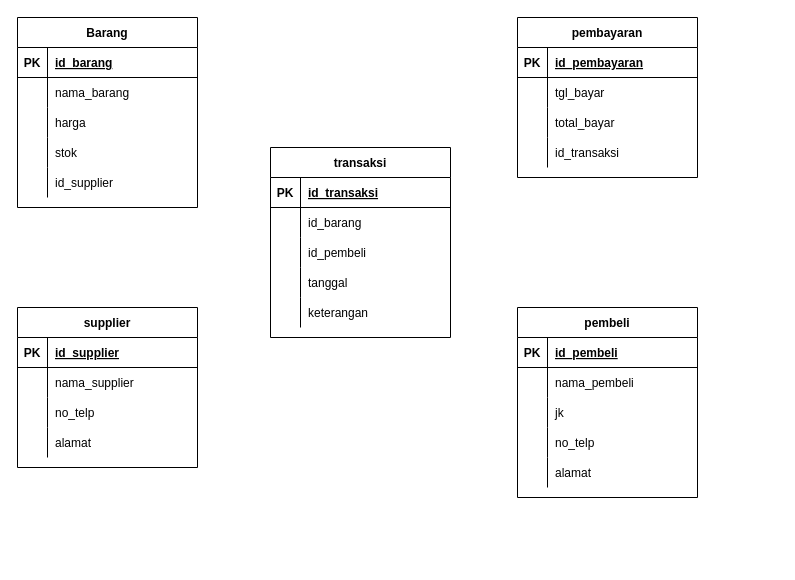
This is Untitled Diagram.drawio from Margishalsabila/erd-penjualan, a draw.io file, before an edit. Source tidied: cells renumbered, new cells numbered last; positions are measured from the earlier drawing's top-left corner, leaving out a move shared by most shapes. Both pictures are drawn from the tidied source at 100%, with x=0, y=0 at pixel (17, 17).
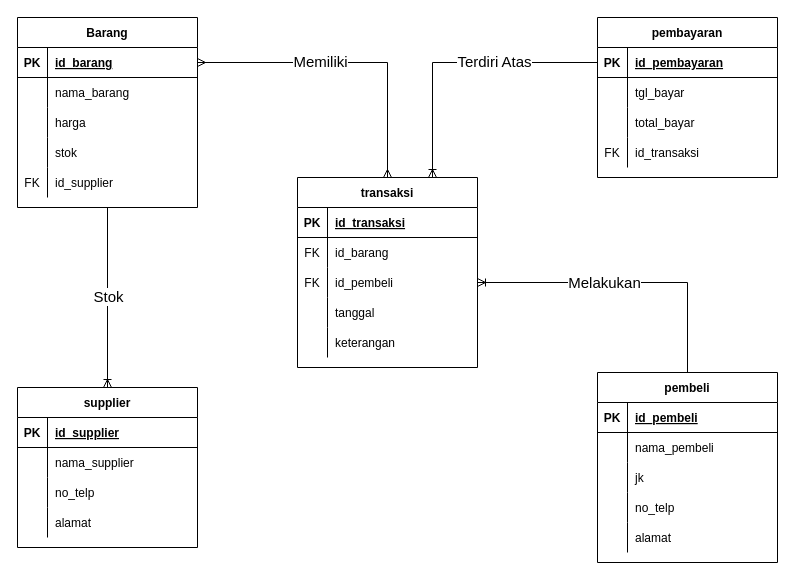
The same page after the edit.

The change refers to these unchanged cells:
```xml
<mxCell id="2" value="Barang" style="shape=table;startSize=30;childLayout=tableLayout;rowLines=0;fontStyle=1;align=center;" parent="1" vertex="1">
  <mxGeometry width="180" height="190" as="geometry" />
</mxCell>
<mxCell id="3" style="shape=tableRow;horizontal=0;startSize=0;swimlaneHead=0;swimlaneBody=0;fillColor=none;points=[[0,0.5],[1,0.5]];portConstraint=eastwest;top=0;left=0;right=0;bottom=1;" parent="2" vertex="1">
  <mxGeometry y="30" width="180" height="30" as="geometry" />
</mxCell>
<mxCell id="15" style="shape=tableRow;horizontal=0;startSize=0;swimlaneHead=0;swimlaneBody=0;fillColor=none;top=0;left=0;right=0;bottom=0;" parent="2" vertex="1">
  <mxGeometry y="150" width="180" height="30" as="geometry" />
</mxCell>
<mxCell id="35" style="shape=tableRow;horizontal=0;startSize=0;swimlaneHead=0;swimlaneBody=0;fillColor=none;top=0;left=0;right=0;bottom=0;" parent="31" vertex="1">
  <mxGeometry y="60" width="180" height="30" as="geometry" />
</mxCell>
<mxCell id="38" style="shape=tableRow;horizontal=0;startSize=0;swimlaneHead=0;swimlaneBody=0;fillColor=none;points=[[0,0.5],[1,0.5]];portConstraint=eastwest;top=0;left=0;right=0;bottom=0;" parent="31" vertex="1">
  <mxGeometry y="90" width="180" height="30" as="geometry" />
</mxCell>
<mxCell id="48" style="shape=tableRow;horizontal=0;startSize=0;swimlaneHead=0;swimlaneBody=0;fillColor=none;points=[[0,0.5],[1,0.5]];portConstraint=eastwest;top=0;left=0;right=0;bottom=1;" parent="47" vertex="1">
  <mxGeometry y="30" width="180" height="30" as="geometry" />
</mxCell>
<mxCell id="57" style="shape=tableRow;horizontal=0;startSize=0;swimlaneHead=0;swimlaneBody=0;fillColor=none;top=0;left=0;right=0;bottom=0;" parent="47" vertex="1">
  <mxGeometry y="120" width="180" height="30" as="geometry" />
</mxCell>
```

What changed in the source:
```diff
@@
-    <mxCell id="16" style="shape=partialRectangle;fillColor=none;top=0;left=0;bottom=0;right=0;overflow=hidden;" parent="15" vertex="1">
+    <mxCell id="16" value="FK" style="shape=partialRectangle;fillColor=none;top=0;left=0;bottom=0;right=0;overflow=hidden;" parent="15" vertex="1">
       <mxGeometry width="30" height="30" as="geometry" />
     </mxCell>
@@
     <mxCell id="18" value="supplier" style="shape=table;startSize=30;childLayout=tableLayout;rowLines=0;fontStyle=1;align=center;" parent="1" vertex="1">
-      <mxGeometry y="290" width="180" height="160" as="geometry" />
+      <mxGeometry y="370" width="180" height="160" as="geometry" />
     </mxCell>
@@
     <mxCell id="31" value="transaksi" style="shape=table;startSize=30;childLayout=tableLayout;rowLines=0;fontStyle=1;align=center;" parent="1" vertex="1">
-      <mxGeometry x="253" y="130" width="180" height="190" as="geometry" />
+      <mxGeometry x="280" y="160" width="180" height="190" as="geometry" />
     </mxCell>
@@
-    <mxCell id="36" style="shape=partialRectangle;fillColor=none;top=0;left=0;bottom=0;right=0;overflow=hidden;" parent="35" vertex="1">
+    <mxCell id="36" value="FK" style="shape=partialRectangle;fillColor=none;top=0;left=0;bottom=0;right=0;overflow=hidden;" parent="35" vertex="1">
       <mxGeometry width="30" height="30" as="geometry" />
     </mxCell>
@@
-    <mxCell id="39" style="shape=partialRectangle;fillColor=none;top=0;left=0;bottom=0;right=0;overflow=hidden;" parent="38" vertex="1">
+    <mxCell id="39" value="FK" style="shape=partialRectangle;fillColor=none;top=0;left=0;bottom=0;right=0;overflow=hidden;" parent="38" vertex="1">
       <mxGeometry width="30" height="30" as="geometry" />
     </mxCell>
@@
     <mxCell id="47" value="pembayaran" style="shape=table;startSize=30;childLayout=tableLayout;rowLines=0;fontStyle=1;align=center;" parent="1" vertex="1">
-      <mxGeometry x="500" width="180" height="160" as="geometry" />
+      <mxGeometry x="580" width="180" height="160" as="geometry" />
     </mxCell>
@@
-    <mxCell id="58" style="shape=partialRectangle;fillColor=none;top=0;left=0;bottom=0;right=0;overflow=hidden;" parent="57" vertex="1">
+    <mxCell id="58" value="FK" style="shape=partialRectangle;fillColor=none;top=0;left=0;bottom=0;right=0;overflow=hidden;" parent="57" vertex="1">
       <mxGeometry width="30" height="30" as="geometry" />
     </mxCell>
@@
     <mxCell id="60" value="pembeli" style="shape=table;startSize=30;childLayout=tableLayout;rowLines=0;fontStyle=1;align=center;" parent="1" vertex="1">
-      <mxGeometry x="500" y="290" width="180" height="190" as="geometry" />
+      <mxGeometry x="580" y="355" width="180" height="190" as="geometry" />
     </mxCell>
@@
+    <mxCell id="76" style="fontSize=12;html=1;endArrow=ERoneToMany;rounded=0;entryX=0.5;entryY=0;entryDx=0;entryDy=0;exitX=0.5;exitY=1;exitDx=0;exitDy=0;" parent="1" edge="1" source="2" target="18">
+      <mxGeometry relative="1" as="geometry" />
+    </mxCell>
+    <mxCell id="77" value="&lt;font style=&quot;font-size: 15px&quot;&gt;Stok&lt;/font&gt;" style="edgeLabel;html=1;align=center;verticalAlign=middle;" parent="76" vertex="1">
+      <mxGeometry x="0.07" relative="1" as="geometry">
+        <mxPoint y="-8" as="offset" />
+      </mxGeometry>
+    </mxCell>
+    <mxCell id="78" style="fontSize=12;html=1;endArrow=ERmany;startArrow=ERmany;rounded=0;entryX=0.5;entryY=0;entryDx=0;entryDy=0;exitX=1;exitY=0.5;exitDx=0;exitDy=0;edgeStyle=orthogonalEdgeStyle;" parent="1" edge="1" source="3" target="31">
+      <mxGeometry relative="1" as="geometry" />
+    </mxCell>
+    <mxCell id="79" value="Memiliki" style="edgeLabel;html=1;align=center;verticalAlign=middle;fontSize=15;" parent="78" vertex="1">
+      <mxGeometry x="-0.2" y="2" relative="1" as="geometry" />
+    </mxCell>
+    <mxCell id="80" style="edgeStyle=orthogonalEdgeStyle;fontSize=12;html=1;endArrow=ERoneToMany;rounded=0;exitX=0.5;exitY=0;exitDx=0;exitDy=0;entryX=1;entryY=0.5;entryDx=0;entryDy=0;" parent="1" edge="1" source="60" target="38">
+      <mxGeometry relative="1" as="geometry">
+        <Array as="points">
+          <mxPoint x="670" y="265" />
+        </Array>
+      </mxGeometry>
+    </mxCell>
+    <mxCell id="81" value="Melakukan" style="edgeLabel;html=1;align=center;verticalAlign=middle;fontSize=15;" parent="80" vertex="1">
+      <mxGeometry x="0.16" y="-1" relative="1" as="geometry" />
+    </mxCell>
+    <mxCell id="82" style="edgeStyle=orthogonalEdgeStyle;fontSize=12;html=1;endArrow=ERoneToMany;rounded=0;entryX=0.75;entryY=0;entryDx=0;entryDy=0;exitX=0;exitY=0.5;exitDx=0;exitDy=0;" parent="1" edge="1" source="48" target="31">
+      <mxGeometry relative="1" as="geometry" />
+    </mxCell>
+    <mxCell id="83" value="Terdiri Atas" style="edgeLabel;html=1;align=center;verticalAlign=middle;fontSize=15;" parent="82" vertex="1">
+      <mxGeometry x="-0.26" y="-2" relative="1" as="geometry" />
+    </mxCell>
```
